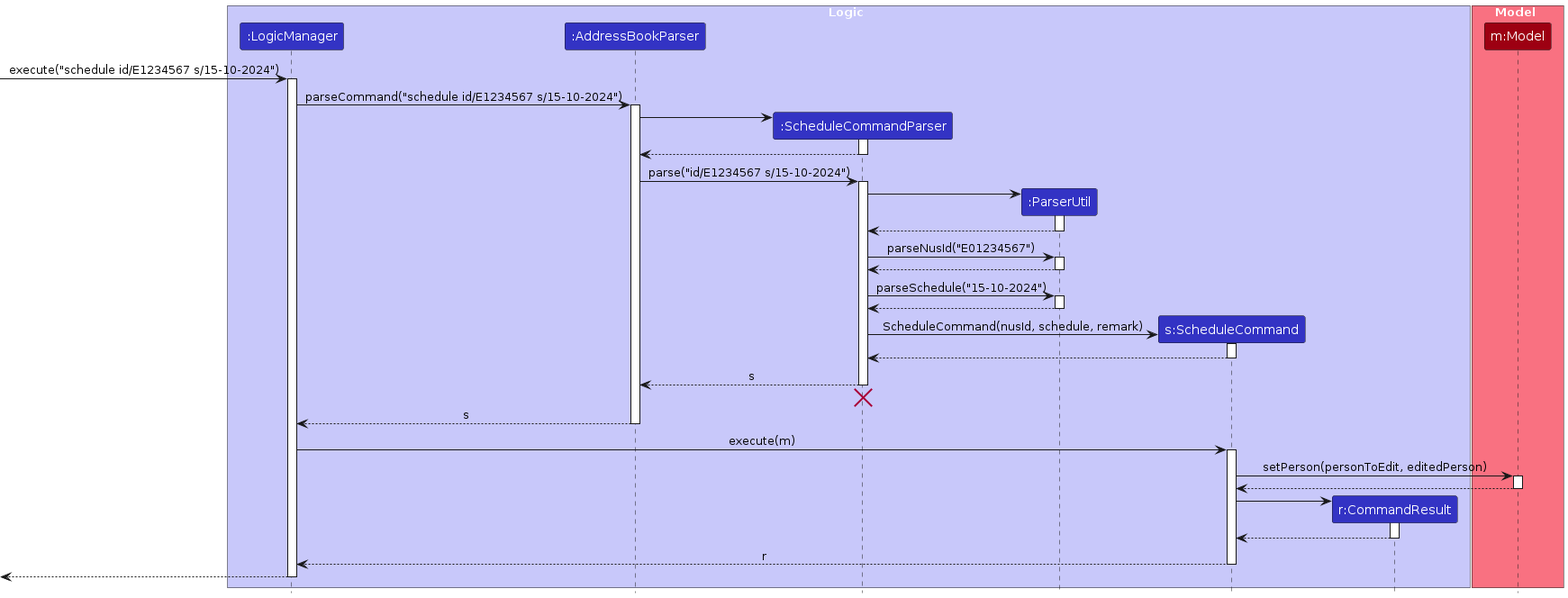
The PlantUML diagram diagrams/ScheduleSequenceDiagram.png in Ragnapop/tp, before a commit. Its source is kept beside it as diagrams/ScheduleSequenceDiagram.puml. The source it was exported from:
```plantuml
@startuml
!include style.puml
skinparam ArrowFontStyle plain

box Logic LOGIC_COLOR_T1
participant ":LogicManager" as LogicManager LOGIC_COLOR
participant ":AddressBookParser" as AddressBookParser LOGIC_COLOR
participant ":ScheduleCommandParser" as ScheduleCommandParser LOGIC_COLOR
participant ":ParserUtil" as ParserUtil LOGIC_COLOR
participant "s:ScheduleCommand" as ScheduleCommand LOGIC_COLOR
participant "r:CommandResult" as CommandResult LOGIC_COLOR
end box

box Model MODEL_COLOR_T1
participant "m:Model" as Model MODEL_COLOR
end box

[-> LogicManager : execute("schedule id/E1234567 s/15-10-2024")
activate LogicManager

LogicManager -> AddressBookParser : parseCommand("schedule id/E1234567 s/15-10-2024")
activate AddressBookParser

create ScheduleCommandParser
AddressBookParser -> ScheduleCommandParser
activate ScheduleCommandParser

ScheduleCommandParser --> AddressBookParser
deactivate ScheduleCommandParser

AddressBookParser -> ScheduleCommandParser : parse("id/E1234567 s/15-10-2024")
activate ScheduleCommandParser

create ParserUtil
ScheduleCommandParser -> ParserUtil

activate ParserUtil
ParserUtil ---> ScheduleCommandParser
deactivate ParserUtil

ScheduleCommandParser -> ParserUtil : parseNusId("E01234567")
activate ParserUtil
ParserUtil ---> ScheduleCommandParser
deactivate ParserUtil

ScheduleCommandParser -> ParserUtil : parseSchedule("15-10-2024")
activate ParserUtil
ParserUtil ---> ScheduleCommandParser
deactivate ParserUtil

create ScheduleCommand
ScheduleCommandParser -> ScheduleCommand : ScheduleCommand(nusId, schedule, remark)
activate ScheduleCommand

ScheduleCommand --> ScheduleCommandParser :
deactivate ScheduleCommand

ScheduleCommandParser --> AddressBookParser : s
deactivate ScheduleCommandParser
ScheduleCommandParser -[hidden]-> AddressBookParser
destroy ScheduleCommandParser

AddressBookParser --> LogicManager : s
deactivate AddressBookParser

LogicManager -> ScheduleCommand : execute(m)
activate ScheduleCommand

ScheduleCommand -> Model : setPerson(personToEdit, editedPerson)
activate Model

Model --> ScheduleCommand
deactivate Model

create CommandResult
ScheduleCommand -> CommandResult
activate CommandResult

CommandResult --> ScheduleCommand
deactivate CommandResult

ScheduleCommand --> LogicManager : r
deactivate ScheduleCommand

[<--LogicManager
deactivate LogicManager
@enduml
```
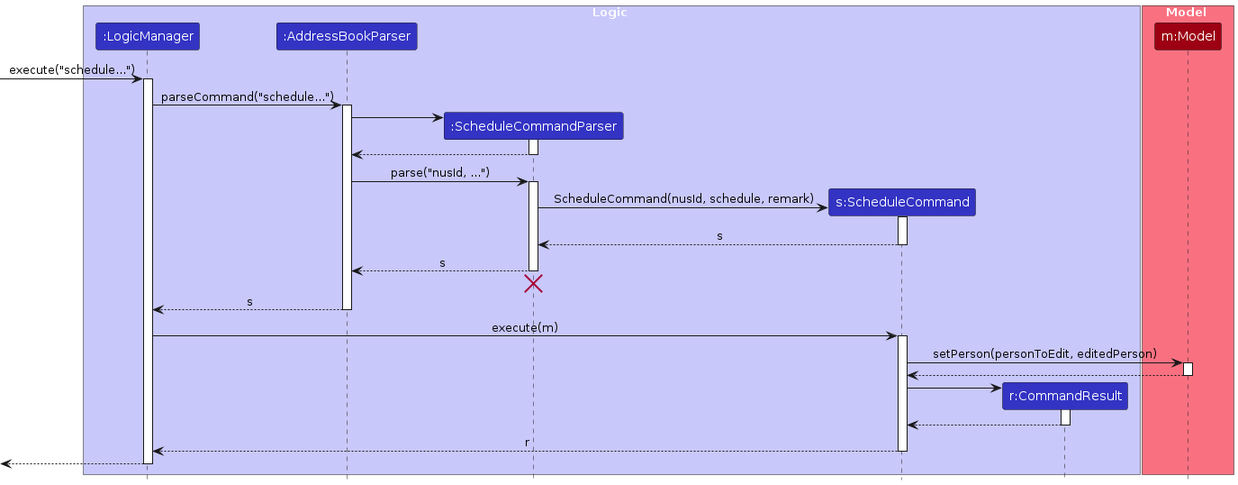
Above is the later version.

The edit, as a diff of the source:
```diff
@@ -6,7 +6,6 @@
 participant ":LogicManager" as LogicManager LOGIC_COLOR
 participant ":AddressBookParser" as AddressBookParser LOGIC_COLOR
 participant ":ScheduleCommandParser" as ScheduleCommandParser LOGIC_COLOR
-participant ":ParserUtil" as ParserUtil LOGIC_COLOR
 participant "s:ScheduleCommand" as ScheduleCommand LOGIC_COLOR
 participant "r:CommandResult" as CommandResult LOGIC_COLOR
 end box
@@ -15,10 +14,10 @@
 participant "m:Model" as Model MODEL_COLOR
 end box
 
-[-> LogicManager : execute("schedule id/E1234567 s/15-10-2024")
+[-> LogicManager : execute("schedule...")
 activate LogicManager
 
-LogicManager -> AddressBookParser : parseCommand("schedule id/E1234567 s/15-10-2024")
+LogicManager -> AddressBookParser : parseCommand("schedule...")
 activate AddressBookParser
 
 create ScheduleCommandParser
@@ -28,31 +27,14 @@
 ScheduleCommandParser --> AddressBookParser
 deactivate ScheduleCommandParser
 
-AddressBookParser -> ScheduleCommandParser : parse("id/E1234567 s/15-10-2024")
+AddressBookParser -> ScheduleCommandParser : parse("nusId, ...")
 activate ScheduleCommandParser
-
-create ParserUtil
-ScheduleCommandParser -> ParserUtil
-
-activate ParserUtil
-ParserUtil ---> ScheduleCommandParser
-deactivate ParserUtil
-
-ScheduleCommandParser -> ParserUtil : parseNusId("E01234567")
-activate ParserUtil
-ParserUtil ---> ScheduleCommandParser
-deactivate ParserUtil
-
-ScheduleCommandParser -> ParserUtil : parseSchedule("15-10-2024")
-activate ParserUtil
-ParserUtil ---> ScheduleCommandParser
-deactivate ParserUtil
 
 create ScheduleCommand
 ScheduleCommandParser -> ScheduleCommand : ScheduleCommand(nusId, schedule, remark)
 activate ScheduleCommand
 
-ScheduleCommand --> ScheduleCommandParser :
+ScheduleCommand --> ScheduleCommandParser : s
 deactivate ScheduleCommand
 
 ScheduleCommandParser --> AddressBookParser : s
```
